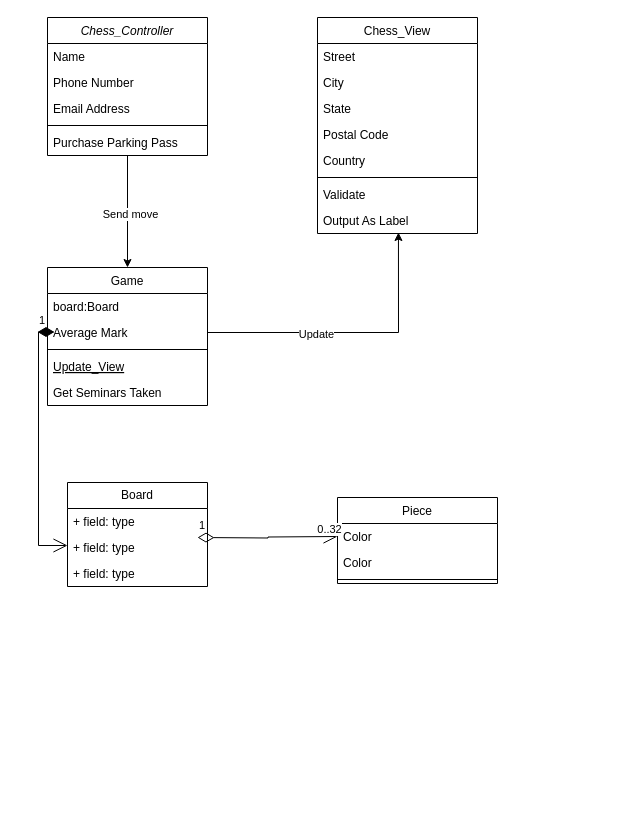
This is Namnlöst diagram.drawio from linflas/draw.io, a draw.io file, before an edit. Source tidied: cells renumbered, new cells numbered last; positions are measured from the earlier drawing's top-left corner, leaving out a move shared by most shapes. Both pictures are drawn from the tidied source at 100%, with x=0, y=0 at pixel (37, 17).
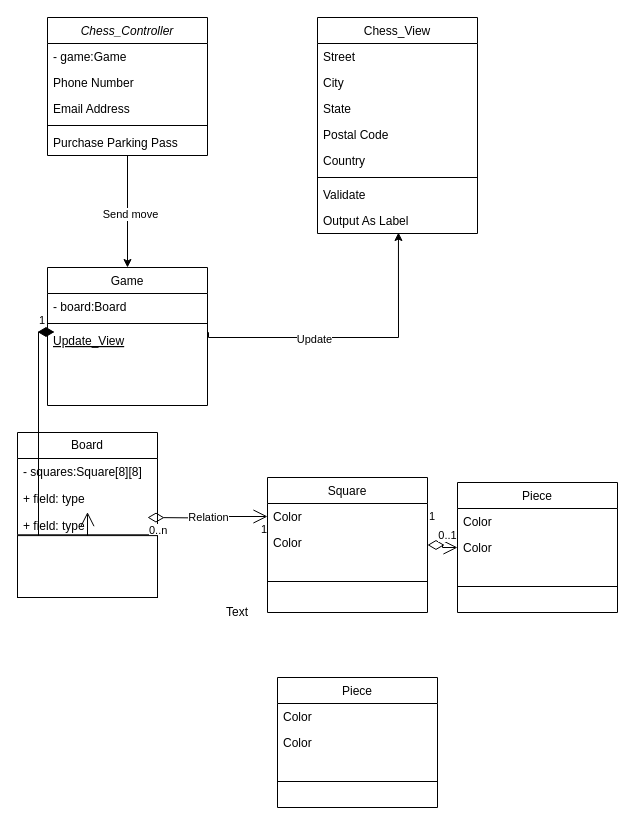
The same page after the edit.

The change refers to these unchanged cells:
```xml
<mxCell id="4" value="Chess_Controller" style="swimlane;fontStyle=2;align=center;verticalAlign=top;horizontal=1;startSize=26;rounded=0;shadow=0;strokeWidth=1;" parent="1" vertex="1">
  <mxGeometry x="10" width="160" height="138" as="geometry" />
</mxCell>
<mxCell id="10" value="Game" style="swimlane;fontStyle=0;align=center;verticalAlign=top;horizontal=1;startSize=26;rounded=0;shadow=0;strokeWidth=1;" parent="1" vertex="1">
  <mxGeometry x="10" y="250" width="160" height="138" as="geometry" />
</mxCell>
<mxCell id="19" value="Color" style="text;align=left;verticalAlign=top;spacingLeft=4;spacingRight=4;overflow=hidden;points=[[0,0.5],[1,0.5]];portConstraint=eastwest;" parent="17" vertex="1">
  <mxGeometry y="52" width="160" height="26" as="geometry" />
</mxCell>
<mxCell id="29" value="Output As Label" style="text;align=left;verticalAlign=top;spacingLeft=4;spacingRight=4;overflow=hidden;points=[[0,0.5],[1,0.5]];portConstraint=eastwest;" parent="21" vertex="1">
  <mxGeometry y="190" width="160" height="26" as="geometry" />
</mxCell>
```

Change to the diagram source:
```diff
@@
-    <mxCell id="5" value="Name" style="text;align=left;verticalAlign=top;spacingLeft=4;spacingRight=4;overflow=hidden;" parent="4" vertex="1">
+    <mxCell id="5" value="- game:Game" style="text;align=left;verticalAlign=top;spacingLeft=4;spacingRight=4;overflow=hidden;" parent="4" vertex="1">
       <mxGeometry y="26" width="160" height="26" as="geometry" />
     </mxCell>
@@
-    <mxCell id="11" value="board:Board" style="text;align=left;verticalAlign=top;spacingLeft=4;spacingRight=4;overflow=hidden;" parent="10" vertex="1">
+    <mxCell id="11" value="- board:Board" style="text;align=left;verticalAlign=top;spacingLeft=4;spacingRight=4;overflow=hidden;" parent="10" vertex="1">
       <mxGeometry y="26" width="160" height="26" as="geometry" />
     </mxCell>
-    <mxCell id="12" value="Average Mark" style="text;align=left;verticalAlign=top;spacingLeft=4;spacingRight=4;overflow=hidden;points=[[0,0.5],[1,0.5]];portConstraint=eastwest;rounded=0;shadow=0;html=0;" parent="10" vertex="1">
-      <mxGeometry y="52" width="160" height="26" as="geometry" />
-    </mxCell>
@@
     <mxCell id="14" style="line;html=1;strokeWidth=1;align=left;verticalAlign=middle;spacingTop=-1;spacingLeft=3;spacingRight=3;labelPosition=right;" parent="10" vertex="1">
-      <mxGeometry y="78" width="160" height="8" as="geometry" />
+      <mxGeometry y="52" width="160" height="8" as="geometry" />
     </mxCell>
     <mxCell id="15" value="Update_View" style="text;align=left;verticalAlign=top;spacingLeft=4;spacingRight=4;overflow=hidden;fontStyle=4;" parent="10" vertex="1">
-      <mxGeometry y="86" width="160" height="26" as="geometry" />
+      <mxGeometry y="60" width="160" height="26" as="geometry" />
     </mxCell>
-    <mxCell id="16" value="Get Seminars Taken" style="text;align=left;verticalAlign=top;spacingLeft=4;spacingRight=4;overflow=hidden;" parent="10" vertex="1">
-      <mxGeometry y="112" width="160" height="26" as="geometry" />
-    </mxCell>
     <mxCell id="17" value="Piece" style="swimlane;fontStyle=0;align=center;verticalAlign=top;horizontal=1;startSize=26;rounded=0;shadow=0;strokeWidth=1;" parent="1" vertex="1">
-      <mxGeometry x="300" y="480" width="160" height="86" as="geometry" />
+      <mxGeometry x="420" y="465" width="160" height="130" as="geometry" />
     </mxCell>
@@
     <mxCell id="20" style="line;html=1;strokeWidth=1;align=left;verticalAlign=middle;spacingTop=-1;spacingLeft=3;spacingRight=3;labelPosition=right;" parent="17" vertex="1">
-      <mxGeometry y="78" width="160" height="8" as="geometry" />
+      <mxGeometry y="78" width="160" height="52" as="geometry" />
     </mxCell>
@@
-    <mxCell id="30" style="edgeStyle=orthogonalEdgeStyle;rounded=0;jettySize=auto;html=1;entryX=0.506;entryY=0.962;entryDx=0;entryDy=0;entryPerimeter=0;" parent="1" edge="1" source="12" target="29">
-      <mxGeometry relative="1" as="geometry" />
+    <mxCell id="30" style="edgeStyle=orthogonalEdgeStyle;rounded=0;jettySize=auto;html=1;entryX=0.506;entryY=0.962;entryDx=0;entryDy=0;entryPerimeter=0;" parent="1" edge="1" target="29">
+      <mxGeometry relative="1" as="geometry">
+        <mxPoint x="170" y="315" as="sourcePoint" />
+        <Array as="points">
+          <mxPoint x="171" y="315" />
+          <mxPoint x="171" y="320" />
+          <mxPoint x="361" y="320" />
+        </Array>
+      </mxGeometry>
     </mxCell>
@@
+    <mxCell id="36" value="1" style="endArrow=open;html=1;endSize=12;startArrow=diamondThin;startSize=14;startFill=0;edgeStyle=orthogonalEdgeStyle;align=left;verticalAlign=bottom;rounded=0;entryX=0;entryY=0.5;entryDx=0;entryDy=0;" parent="1" edge="1" source="43" target="19">
+      <mxGeometry x="-1" y="20" relative="1" as="geometry" />
+    </mxCell>
+    <mxCell id="37" value="0..1" style="edgeLabel;html=1;align=center;verticalAlign=middle;" parent="36" vertex="1">
+      <mxGeometry x="0.89" y="8" relative="1" as="geometry">
+        <mxPoint x="-9" y="-5" as="offset" />
+      </mxGeometry>
+    </mxCell>
+    <mxCell id="38" style="group;" parent="1" vertex="1">
+      <mxGeometry x="-20" y="415" width="140" height="165" as="geometry" />
+    </mxCell>
-    <mxCell id="32" value="Board" style="swimlane;fontStyle=0;horizontal=1;startSize=26;fillColor=none;whiteSpace=wrap;html=1;" parent="1" vertex="1">
-      <mxGeometry x="30" y="465" width="140" height="104" as="geometry" />
+    <mxCell id="32" value="Board" style="swimlane;fontStyle=0;horizontal=1;startSize=26;fillColor=none;whiteSpace=wrap;html=1;" parent="38" vertex="1">
+      <mxGeometry width="140" height="102.3" as="geometry" />
     </mxCell>
-    <mxCell id="33" value="+ field: type" style="text;strokeColor=none;fillColor=none;align=left;verticalAlign=top;spacingLeft=4;spacingRight=4;overflow=hidden;whiteSpace=wrap;html=1;" parent="32" vertex="1">
-      <mxGeometry y="26" width="140" height="26" as="geometry" />
+    <mxCell id="33" value="- squares:Square[8][8]" style="text;strokeColor=none;fillColor=none;align=left;verticalAlign=top;spacingLeft=4;spacingRight=4;overflow=hidden;whiteSpace=wrap;html=1;" parent="32" vertex="1">
+      <mxGeometry y="26" width="140" height="26.8" as="geometry" />
     </mxCell>
     <mxCell id="34" value="+ field: type" style="text;strokeColor=none;fillColor=none;align=left;verticalAlign=top;spacingLeft=4;spacingRight=4;overflow=hidden;points=[[0,0.5],[1,0.5]];portConstraint=eastwest;whiteSpace=wrap;html=1;" parent="32" vertex="1">
-      <mxGeometry y="52" width="140" height="26" as="geometry" />
+      <mxGeometry y="52.8" width="140" height="26.8" as="geometry" />
     </mxCell>
+    <mxCell id="39" value="Relation" style="endArrow=open;html=1;endSize=12;startArrow=diamondThin;startSize=14;startFill=0;edgeStyle=orthogonalEdgeStyle;rounded=0;entryX=0;entryY=0.5;entryDx=0;entryDy=0;" parent="32" edge="1" target="44">
+      <mxGeometry relative="1" as="geometry">
+        <mxPoint x="130" y="85" as="sourcePoint" />
+      </mxGeometry>
+    </mxCell>
+    <mxCell id="40" value="0..n" style="edgeLabel;html=1;align=left;verticalAlign=top;" parent="39" vertex="1">
+      <mxGeometry x="-1" relative="1" as="geometry" />
+    </mxCell>
+    <mxCell id="41" value="1" style="edgeLabel;html=1;align=right;verticalAlign=top;" parent="39" vertex="1">
+      <mxGeometry x="1" relative="1" as="geometry" />
+    </mxCell>
     <mxCell id="35" value="+ field: type" style="text;strokeColor=none;fillColor=none;align=left;verticalAlign=top;spacingLeft=4;spacingRight=4;overflow=hidden;whiteSpace=wrap;html=1;" parent="32" vertex="1">
-      <mxGeometry y="78" width="140" height="26" as="geometry" />
+      <mxGeometry y="79.6" width="140" height="22.7" as="geometry" />
     </mxCell>
-    <mxCell id="36" value="1" style="endArrow=open;html=1;endSize=12;startArrow=diamondThin;startSize=14;startFill=0;edgeStyle=orthogonalEdgeStyle;align=left;verticalAlign=bottom;rounded=0;" parent="1" edge="1">
-      <mxGeometry x="-1" y="3" relative="1" as="geometry">
-        <mxPoint x="160" y="520" as="sourcePoint" />
-        <mxPoint x="300" y="519" as="targetPoint" />
-      </mxGeometry>
-    </mxCell>
-    <mxCell id="37" value="0..32" style="edgeLabel;html=1;align=center;verticalAlign=middle;" parent="36" vertex="1">
-      <mxGeometry x="0.89" y="8" relative="1" as="geometry" />
-    </mxCell>
+    <mxCell id="42" style="rounded=0;whiteSpace=wrap;html=1;" parent="38" vertex="1">
+      <mxGeometry y="103.1" width="140" height="61.9" as="geometry" />
+    </mxCell>
+    <mxCell id="43" value="Square" style="swimlane;fontStyle=0;align=center;verticalAlign=top;horizontal=1;startSize=26;rounded=0;shadow=0;strokeWidth=1;" parent="1" vertex="1">
+      <mxGeometry x="230" y="460" width="160" height="135" as="geometry" />
+    </mxCell>
+    <mxCell id="44" value="Color" style="text;align=left;verticalAlign=top;spacingLeft=4;spacingRight=4;overflow=hidden;points=[[0,0.5],[1,0.5]];portConstraint=eastwest;" parent="43" vertex="1">
+      <mxGeometry y="26" width="160" height="26" as="geometry" />
+    </mxCell>
+    <mxCell id="45" value="Color" style="text;align=left;verticalAlign=top;spacingLeft=4;spacingRight=4;overflow=hidden;" parent="43" vertex="1">
+      <mxGeometry y="52" width="160" height="26" as="geometry" />
+    </mxCell>
+    <mxCell id="46" style="line;html=1;strokeWidth=1;align=left;verticalAlign=middle;spacingTop=-1;spacingLeft=3;spacingRight=3;labelPosition=right;" parent="43" vertex="1">
+      <mxGeometry y="78" width="160" height="52" as="geometry" />
+    </mxCell>
+    <mxCell id="47" value="Text" style="text;html=1;strokeColor=none;fillColor=none;align=center;verticalAlign=middle;whiteSpace=wrap;rounded=0;" parent="1" vertex="1">
+      <mxGeometry x="170" y="580" width="60" height="30" as="geometry" />
+    </mxCell>
+    <mxCell id="48" value="Piece" style="swimlane;fontStyle=0;align=center;verticalAlign=top;horizontal=1;startSize=26;rounded=0;shadow=0;strokeWidth=1;" parent="1" vertex="1">
+      <mxGeometry x="240" y="660" width="160" height="130" as="geometry" />
+    </mxCell>
+    <mxCell id="49" value="Color" style="text;align=left;verticalAlign=top;spacingLeft=4;spacingRight=4;overflow=hidden;" parent="48" vertex="1">
+      <mxGeometry y="26" width="160" height="26" as="geometry" />
+    </mxCell>
+    <mxCell id="50" value="Color" style="text;align=left;verticalAlign=top;spacingLeft=4;spacingRight=4;overflow=hidden;" parent="48" vertex="1">
+      <mxGeometry y="52" width="160" height="26" as="geometry" />
+    </mxCell>
+    <mxCell id="51" style="line;html=1;strokeWidth=1;align=left;verticalAlign=middle;spacingTop=-1;spacingLeft=3;spacingRight=3;labelPosition=right;" parent="48" vertex="1">
+      <mxGeometry y="78" width="160" height="52" as="geometry" />
+    </mxCell>
```
